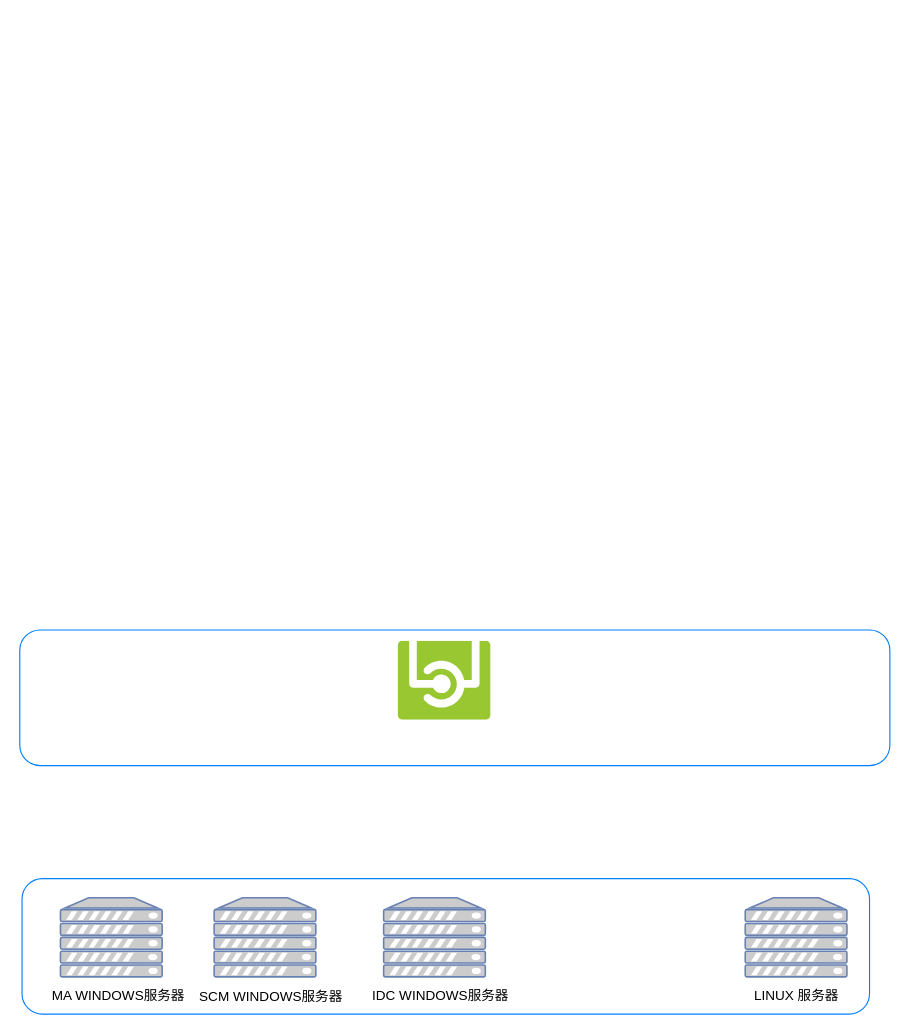
Earlier version of the draw.io diagram xgy.drawio (xu4877/robert). Source tidied: cells renumbered, new cells numbered last; positions are measured from the earlier drawing's top-left corner, leaving out a move shared by most shapes. Both pictures are drawn from the tidied source at 113%, with x=0, y=0 at pixel (19, 629).
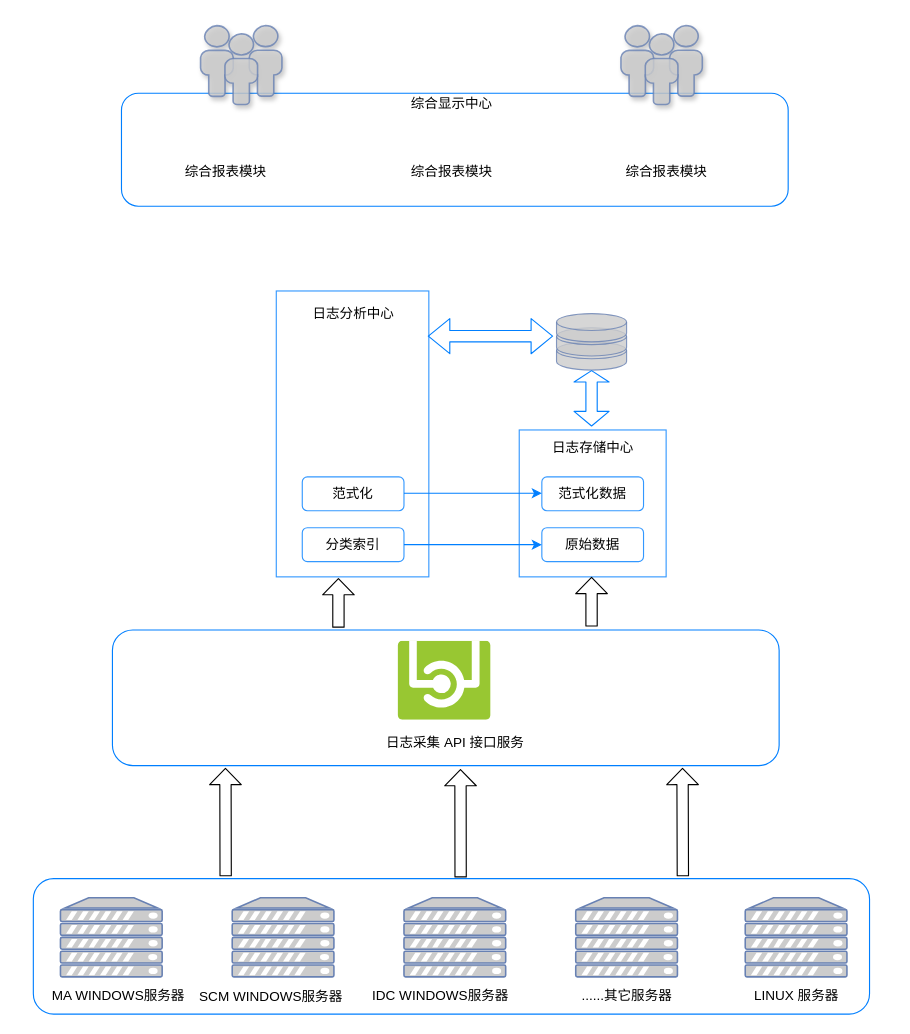
After the change.

What changed in the source:
```diff
@@
     <mxCell id="2" style="rounded=1;whiteSpace=wrap;html=1;strokeColor=#007FFF;" parent="1" vertex="1">
-      <mxGeometry x="2" y="220" width="750" height="120" as="geometry" />
+      <mxGeometry x="12" y="220" width="740" height="120" as="geometry" />
     </mxCell>
@@
-    <mxCell id="5" style="rounded=1;whiteSpace=wrap;html=1;strokeColor=#007FFF;" parent="1" vertex="1">
-      <mxGeometry width="770" height="120" as="geometry" />
+    <mxCell id="5" value="&lt;br&gt;" style="rounded=1;whiteSpace=wrap;html=1;strokeColor=#007FFF;" parent="1" vertex="1">
+      <mxGeometry x="82" width="590" height="120" as="geometry" />
     </mxCell>
@@
     <mxCell id="7" style="fontColor=#0066CC;verticalAlign=top;verticalLabelPosition=bottom;labelPosition=center;align=center;html=1;fillColor=#CCCCCC;strokeColor=#6881B3;gradientColor=none;gradientDirection=north;strokeWidth=2;shape=mxgraph.networks.server;" parent="1" vertex="1">
-      <mxGeometry x="172" y="237" width="90" height="70" as="geometry" />
+      <mxGeometry x="188" y="237" width="90" height="70" as="geometry" />
     </mxCell>
@@
     <mxCell id="9" style="fontColor=#0066CC;verticalAlign=top;verticalLabelPosition=bottom;labelPosition=center;align=center;html=1;fillColor=#CCCCCC;strokeColor=#6881B3;gradientColor=none;gradientDirection=north;strokeWidth=2;shape=mxgraph.networks.server;" parent="1" vertex="1">
-      <mxGeometry x="322" y="237" width="90" height="70" as="geometry" />
+      <mxGeometry x="340" y="237" width="90" height="70" as="geometry" />
     </mxCell>
@@
+    <mxCell id="13" value="日志采集 API 接口服务" style="text;html=1;align=center;verticalAlign=middle;fillColor=none;strokeColor=none;rounded=0;opacity=80;direction=south;" parent="1" vertex="1">
+      <mxGeometry x="375" y="30" width="20" height="140" as="geometry" />
+    </mxCell>
+    <mxCell id="14" style="fontColor=#0066CC;verticalAlign=top;verticalLabelPosition=bottom;labelPosition=center;align=center;html=1;fillColor=#CCCCCC;strokeColor=#6881B3;gradientColor=none;gradientDirection=north;strokeWidth=2;shape=mxgraph.networks.server;" parent="1" vertex="1">
+      <mxGeometry x="492" y="237" width="90" height="70" as="geometry" />
+    </mxCell>
+    <mxCell id="15" value="......其它服务器" style="text;html=1;align=center;verticalAlign=middle;fillColor=none;strokeColor=none;rounded=0;opacity=80;" parent="1" vertex="1">
+      <mxGeometry x="487" y="314" width="100" height="20" as="geometry" />
+    </mxCell>
+    <mxCell id="16" style="shape=flexArrow;endArrow=classic;html=1;endWidth=17;endSize=4.46;exitX=0.511;exitY=-0.008;exitDx=0;exitDy=0;exitPerimeter=0;" parent="1" edge="1" source="2">
+      <mxGeometry relative="1" as="geometry">
+        <mxPoint x="390" y="123" as="targetPoint" />
+      </mxGeometry>
+    </mxCell>
+    <mxCell id="17" style="shape=flexArrow;endArrow=classic;html=1;endWidth=17;endSize=4.46;exitX=0.511;exitY=-0.008;exitDx=0;exitDy=0;exitPerimeter=0;" parent="1" edge="1">
+      <mxGeometry relative="1" as="geometry">
+        <mxPoint x="182.2" y="218" as="sourcePoint" />
+        <mxPoint x="182" y="122" as="targetPoint" />
+      </mxGeometry>
+    </mxCell>
+    <mxCell id="18" style="shape=flexArrow;endArrow=classic;html=1;endWidth=17;endSize=4.46;exitX=0.511;exitY=-0.008;exitDx=0;exitDy=0;exitPerimeter=0;" parent="1" edge="1">
+      <mxGeometry relative="1" as="geometry">
+        <mxPoint x="586.8" y="218" as="sourcePoint" />
+        <mxPoint x="586.5" y="122" as="targetPoint" />
+      </mxGeometry>
+    </mxCell>
+    <mxCell id="19" style="whiteSpace=wrap;html=1;strokeColor=#007FFF;opacity=80;" parent="1" vertex="1">
+      <mxGeometry x="227" y="-300" width="135" height="253" as="geometry" />
+    </mxCell>
+    <mxCell id="20" style="whiteSpace=wrap;html=1;strokeColor=#007FFF;opacity=80;" parent="1" vertex="1">
+      <mxGeometry x="442" y="-177" width="130" height="130" as="geometry" />
+    </mxCell>
+    <mxCell id="21" value="日志存储中心" style="text;html=1;align=center;verticalAlign=middle;fillColor=none;strokeColor=none;rounded=0;opacity=80;" parent="1" vertex="1">
+      <mxGeometry x="462" y="-171" width="90" height="20" as="geometry" />
+    </mxCell>
+    <mxCell id="22" value="原始数据" style="rounded=1;whiteSpace=wrap;html=1;strokeColor=#007FFF;opacity=80;" parent="1" vertex="1">
+      <mxGeometry x="462" y="-90.5" width="90" height="30" as="geometry" />
+    </mxCell>
+    <mxCell id="23" value="范式化数据" style="rounded=1;whiteSpace=wrap;html=1;strokeColor=#007FFF;opacity=80;" parent="1" vertex="1">
+      <mxGeometry x="462" y="-135.5" width="90" height="30" as="geometry" />
+    </mxCell>
+    <mxCell id="24" value="分类索引" style="rounded=1;whiteSpace=wrap;html=1;strokeColor=#007FFF;opacity=80;" parent="1" vertex="1">
+      <mxGeometry x="250" y="-90.5" width="90" height="30" as="geometry" />
+    </mxCell>
+    <mxCell id="25" value="范式化" style="rounded=1;whiteSpace=wrap;html=1;strokeColor=#007FFF;opacity=80;" parent="1" vertex="1">
+      <mxGeometry x="250" y="-135.5" width="90" height="30" as="geometry" />
+    </mxCell>
+    <mxCell id="26" style="endArrow=classic;html=1;entryX=0;entryY=0.5;entryDx=0;entryDy=0;strokeColor=#007FFF;" parent="1" edge="1" target="22">
+      <mxGeometry relative="1" as="geometry">
+        <mxPoint x="340" y="-75.5" as="sourcePoint" />
+      </mxGeometry>
+    </mxCell>
+    <mxCell id="27" style="shape=flexArrow;endArrow=classic;html=1;endWidth=17;endSize=4.46;" parent="1" edge="1">
+      <mxGeometry relative="1" as="geometry">
+        <mxPoint x="282" y="-2" as="sourcePoint" />
+        <mxPoint x="282" y="-46" as="targetPoint" />
+      </mxGeometry>
+    </mxCell>
+    <mxCell id="28" style="shape=flexArrow;endArrow=classic;html=1;endWidth=17;endSize=4.46;" parent="1" edge="1">
+      <mxGeometry relative="1" as="geometry">
+        <mxPoint x="506" y="-3" as="sourcePoint" />
+        <mxPoint x="506" y="-47" as="targetPoint" />
+      </mxGeometry>
+    </mxCell>
+    <mxCell id="29" style="endArrow=classic;html=1;entryX=0;entryY=0.5;entryDx=0;entryDy=0;strokeColor=#007FFF;" parent="1" edge="1">
+      <mxGeometry relative="1" as="geometry">
+        <mxPoint x="340" y="-121" as="sourcePoint" />
+        <mxPoint x="462" y="-121" as="targetPoint" />
+      </mxGeometry>
+    </mxCell>
+    <mxCell id="30" value="日志分析中心" style="text;html=1;align=center;verticalAlign=middle;fillColor=none;strokeColor=none;rounded=0;opacity=80;" parent="1" vertex="1">
+      <mxGeometry x="250" y="-290" width="90" height="20" as="geometry" />
+    </mxCell>
+    <mxCell id="31" style="fontColor=#0066CC;verticalAlign=top;verticalLabelPosition=bottom;labelPosition=center;align=center;html=1;outlineConnect=0;fillColor=#CCCCCC;strokeColor=#6881B3;gradientColor=none;gradientDirection=north;strokeWidth=2;shape=mxgraph.networks.storage;opacity=80;" parent="1" vertex="1">
+      <mxGeometry x="475" y="-280" width="62" height="50" as="geometry" />
+    </mxCell>
+    <mxCell id="32" style="shape=flexArrow;endArrow=classic;startArrow=classic;html=1;strokeColor=#007FFF;entryX=0.5;entryY=1;entryDx=0;entryDy=0;entryPerimeter=0;strokeWidth=1;endSize=3;startSize=4;" parent="1" edge="1" target="31">
+      <mxGeometry relative="1" as="geometry">
+        <mxPoint x="506" y="-180" as="sourcePoint" />
+      </mxGeometry>
+    </mxCell>
+    <mxCell id="33" style="shape=flexArrow;endArrow=classic;startArrow=classic;html=1;strokeColor=#007FFF;strokeWidth=1;exitX=0.993;exitY=0.158;exitDx=0;exitDy=0;exitPerimeter=0;" parent="1" edge="1" source="19">
+      <mxGeometry relative="1" as="geometry">
+        <mxPoint x="472" y="-260" as="targetPoint" />
+      </mxGeometry>
+    </mxCell>
+    <mxCell id="34" value="&lt;br&gt;" style="rounded=1;whiteSpace=wrap;html=1;strokeColor=#007FFF;" parent="1" vertex="1">
+      <mxGeometry x="90" y="-475" width="590" height="100" as="geometry" />
+    </mxCell>
+    <mxCell id="35" style="fontColor=#0066CC;verticalAlign=top;verticalLabelPosition=bottom;labelPosition=center;align=center;html=1;fillColor=#CCCCCC;strokeColor=#6881B3;gradientColor=none;gradientDirection=north;strokeWidth=2;shape=mxgraph.networks.users;rounded=0;shadow=1;opacity=80;" parent="1" vertex="1">
+      <mxGeometry x="160" y="-535" width="72" height="70" as="geometry" />
+    </mxCell>
+    <mxCell id="36" style="fontColor=#0066CC;verticalAlign=top;verticalLabelPosition=bottom;labelPosition=center;align=center;html=1;fillColor=#CCCCCC;strokeColor=#6881B3;gradientColor=none;gradientDirection=north;strokeWidth=2;shape=mxgraph.networks.users;rounded=0;shadow=1;opacity=80;" parent="1" vertex="1">
+      <mxGeometry x="532" y="-535" width="72" height="70" as="geometry" />
+    </mxCell>
+    <mxCell id="37" value="综合显示中心" style="text;html=1;align=center;verticalAlign=middle;fillColor=none;strokeColor=none;rounded=0;shadow=1;opacity=80;" parent="1" vertex="1">
+      <mxGeometry x="337" y="-475" width="90" height="20" as="geometry" />
+    </mxCell>
+    <mxCell id="38" value="综合报表模块" style="text;html=1;align=center;verticalAlign=middle;fillColor=none;strokeColor=none;rounded=0;shadow=1;opacity=80;" parent="1" vertex="1">
+      <mxGeometry x="137" y="-415" width="90" height="20" as="geometry" />
+    </mxCell>
+    <mxCell id="39" value="综合报表模块" style="text;html=1;align=center;verticalAlign=middle;fillColor=none;strokeColor=none;rounded=0;shadow=1;opacity=80;" parent="1" vertex="1">
+      <mxGeometry x="337" y="-415" width="90" height="20" as="geometry" />
+    </mxCell>
+    <mxCell id="40" value="综合报表模块" style="text;html=1;align=center;verticalAlign=middle;fillColor=none;strokeColor=none;rounded=0;shadow=1;opacity=80;" parent="1" vertex="1">
+      <mxGeometry x="527" y="-415" width="90" height="20" as="geometry" />
+    </mxCell>
```
